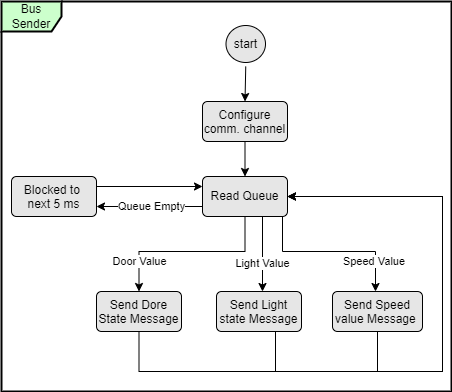
Mohamed-abdullah-hassan/EG-FWD_Automotive_door_control keeps this draw.io diagram as Dynamic_Design/ECU 1/State_Machine_Diagram/ECU_1_Bus_Sender_State_machine.png. Above is the earlier version. Source tidied: cells renumbered, new cells last; positions are measured from the earlier drawing's top-left corner, leaving out a move shared by most shapes. The source it was exported from:
```xml
<mxGraphModel>
  <root>
    <mxCell id="0" />
    <mxCell id="1" parent="0" />
    <mxCell id="2" value="Bus Sender" style="shape=umlFrame;whiteSpace=wrap;fillColor=#CCFFCC;strokeWidth=2;" parent="1" vertex="1">
      <mxGeometry width="450" height="390" as="geometry" />
    </mxCell>
    <mxCell id="3" value="start" style="ellipse;html=1;shape=startState;fillColor=#E6E6E6;" parent="2" vertex="1">
      <mxGeometry x="220.5" y="20" width="47.5" height="45" as="geometry" />
    </mxCell>
    <mxCell id="4" style="edgeStyle=orthogonalEdgeStyle;rounded=0;jettySize=auto;html=1;exitX=0.5;exitY=1;exitDx=0;exitDy=0;entryX=0.5;entryY=0;entryDx=0;entryDy=0;" parent="2" edge="1" source="5" target="9">
      <mxGeometry relative="1" as="geometry" />
    </mxCell>
    <mxCell id="5" value="Configure comm. channel" style="html=1;align=center;verticalAlign=top;rounded=1;absoluteArcSize=1;arcSize=10;dashed=0;fillColor=#E6E6E6;whiteSpace=wrap;" parent="2" vertex="1">
      <mxGeometry x="201" y="100" width="85" height="40" as="geometry" />
    </mxCell>
    <mxCell id="6" style="edgeStyle=orthogonalEdgeStyle;rounded=0;jettySize=auto;html=1;exitX=0.5;exitY=1;exitDx=0;exitDy=0;entryX=0.5;entryY=0;entryDx=0;entryDy=0;" parent="2" edge="1" source="3" target="5">
      <mxGeometry relative="1" as="geometry" />
    </mxCell>
    <mxCell id="7" value="Speed Value&amp;nbsp;" style="edgeStyle=orthogonalEdgeStyle;rounded=0;jettySize=auto;html=1;" parent="2" edge="1" source="9" target="17">
      <mxGeometry x="0.64" relative="1" as="geometry">
        <Array as="points">
          <mxPoint x="281" y="250" />
          <mxPoint x="374" y="250" />
        </Array>
      </mxGeometry>
    </mxCell>
    <mxCell id="8" value="Queue Empty" style="edgeStyle=orthogonalEdgeStyle;rounded=0;orthogonalLoop=1;jettySize=auto;html=1;exitX=0;exitY=0.75;exitDx=0;exitDy=0;entryX=1;entryY=0.75;entryDx=0;entryDy=0;" parent="2" edge="1">
      <mxGeometry x="-0.04" relative="1" as="geometry">
        <mxPoint x="201" y="205" as="sourcePoint" />
        <mxPoint x="95" y="205" as="targetPoint" />
      </mxGeometry>
    </mxCell>
    <mxCell id="9" value="Read Queue" style="html=1;align=center;verticalAlign=middle;rounded=1;absoluteArcSize=1;arcSize=10;dashed=0;fillColor=#E6E6E6;strokeColor=rgb(0, 0, 0);fontColor=rgb(0, 0, 0);whiteSpace=wrap;" parent="2" vertex="1">
      <mxGeometry x="201" y="175" width="85" height="40" as="geometry" />
    </mxCell>
    <mxCell id="10" style="edgeStyle=orthogonalEdgeStyle;rounded=0;jettySize=auto;html=1;exitX=1;exitY=0.25;exitDx=0;exitDy=0;entryX=0;entryY=0.25;entryDx=0;entryDy=0;" parent="2" edge="1" source="11" target="9">
      <mxGeometry relative="1" as="geometry" />
    </mxCell>
    <mxCell id="11" value="Blocked to&amp;nbsp; next 5 ms" style="html=1;align=center;verticalAlign=top;rounded=1;absoluteArcSize=1;arcSize=10;dashed=0;fillColor=#E6E6E6;strokeColor=rgb(0, 0, 0);fontColor=rgb(0, 0, 0);whiteSpace=wrap;" parent="2" vertex="1">
      <mxGeometry x="10" y="175" width="85" height="40" as="geometry" />
    </mxCell>
    <mxCell id="12" style="edgeStyle=orthogonalEdgeStyle;rounded=0;jettySize=auto;html=1;exitX=0.5;exitY=1;exitDx=0;exitDy=0;entryX=1;entryY=0.5;entryDx=0;entryDy=0;" parent="2" edge="1" source="13" target="9">
      <mxGeometry relative="1" as="geometry">
        <Array as="points">
          <mxPoint x="138" y="370" />
          <mxPoint x="441" y="370" />
          <mxPoint x="441" y="195" />
        </Array>
      </mxGeometry>
    </mxCell>
    <mxCell id="13" value="Send Dore State Message" style="html=1;align=center;verticalAlign=top;rounded=1;absoluteArcSize=1;arcSize=10;dashed=0;fillColor=#E6E6E6;strokeColor=rgb(0, 0, 0);fontColor=rgb(0, 0, 0);whiteSpace=wrap;" parent="2" vertex="1">
      <mxGeometry x="95" y="290" width="85" height="40" as="geometry" />
    </mxCell>
    <mxCell id="14" value="Door Value" style="edgeStyle=orthogonalEdgeStyle;rounded=0;jettySize=auto;html=1;entryX=0.5;entryY=0;entryDx=0;entryDy=0;exitX=0.5;exitY=1;exitDx=0;exitDy=0;" parent="2" edge="1" source="9" target="13">
      <mxGeometry x="0.67" relative="1" as="geometry">
        <Array as="points">
          <mxPoint x="244" y="250" />
          <mxPoint x="138" y="250" />
        </Array>
      </mxGeometry>
    </mxCell>
    <mxCell id="15" value="Send Light state Message" style="html=1;align=center;verticalAlign=top;rounded=1;absoluteArcSize=1;arcSize=10;dashed=0;fillColor=#E6E6E6;strokeColor=rgb(0, 0, 0);fontColor=rgb(0, 0, 0);whiteSpace=wrap;" parent="2" vertex="1">
      <mxGeometry x="215" y="290" width="85" height="40" as="geometry" />
    </mxCell>
    <mxCell id="16" value="Light Value" style="edgeStyle=orthogonalEdgeStyle;rounded=0;orthogonalLoop=1;jettySize=auto;html=1;exitX=0.75;exitY=1;exitDx=0;exitDy=0;" parent="2" edge="1">
      <mxGeometry x="0.28" relative="1" as="geometry">
        <mxPoint x="264.8" y="215" as="sourcePoint" />
        <mxPoint x="261" y="290" as="targetPoint" />
        <Array as="points">
          <mxPoint x="261" y="215" />
          <mxPoint x="261" y="290" />
        </Array>
      </mxGeometry>
    </mxCell>
    <mxCell id="17" value="Send Speed value Message&amp;nbsp;" style="html=1;align=center;verticalAlign=top;rounded=1;absoluteArcSize=1;arcSize=10;dashed=0;fillColor=#E6E6E6;strokeColor=rgb(0, 0, 0);fontColor=rgb(0, 0, 0);whiteSpace=wrap;" parent="2" vertex="1">
      <mxGeometry x="331" y="290" width="90" height="40" as="geometry" />
    </mxCell>
    <mxCell id="18" style="edgeStyle=orthogonalEdgeStyle;rounded=0;jettySize=auto;html=1;exitX=0.5;exitY=1;exitDx=0;exitDy=0;entryX=1;entryY=0.5;entryDx=0;entryDy=0;" parent="2" edge="1" source="17" target="9">
      <mxGeometry relative="1" as="geometry">
        <Array as="points">
          <mxPoint x="376" y="370" />
          <mxPoint x="441" y="370" />
          <mxPoint x="441" y="195" />
        </Array>
      </mxGeometry>
    </mxCell>
    <mxCell id="19" style="edgeStyle=orthogonalEdgeStyle;rounded=0;jettySize=auto;html=1;exitX=0.5;exitY=1;exitDx=0;exitDy=0;entryX=1;entryY=0.5;entryDx=0;entryDy=0;" parent="2" edge="1" source="15" target="9">
      <mxGeometry relative="1" as="geometry">
        <Array as="points">
          <mxPoint x="274" y="370" />
          <mxPoint x="441" y="370" />
          <mxPoint x="441" y="195" />
        </Array>
      </mxGeometry>
    </mxCell>
  </root>
</mxGraphModel>
```
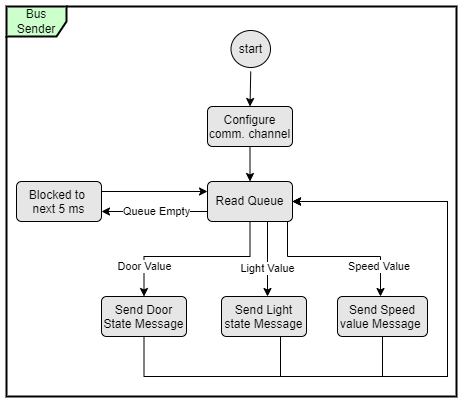
After the change.

What changed in the source:
```diff
@@ -49,7 +49,7 @@
         </Array>
       </mxGeometry>
     </mxCell>
-    <mxCell id="13" value="Send Dore State Message" style="html=1;align=center;verticalAlign=top;rounded=1;absoluteArcSize=1;arcSize=10;dashed=0;fillColor=#E6E6E6;strokeColor=rgb(0, 0, 0);fontColor=rgb(0, 0, 0);whiteSpace=wrap;" parent="2" vertex="1">
+    <mxCell id="13" value="Send Door State Message" style="html=1;align=center;verticalAlign=top;rounded=1;absoluteArcSize=1;arcSize=10;dashed=0;fillColor=#E6E6E6;strokeColor=rgb(0, 0, 0);fontColor=rgb(0, 0, 0);whiteSpace=wrap;" parent="2" vertex="1">
       <mxGeometry x="95" y="290" width="85" height="40" as="geometry" />
     </mxCell>
     <mxCell id="14" value="Door Value" style="edgeStyle=orthogonalEdgeStyle;rounded=0;jettySize=auto;html=1;entryX=0.5;entryY=0;entryDx=0;entryDy=0;exitX=0.5;exitY=1;exitDx=0;exitDy=0;" parent="2" edge="1" source="9" target="13">
```
